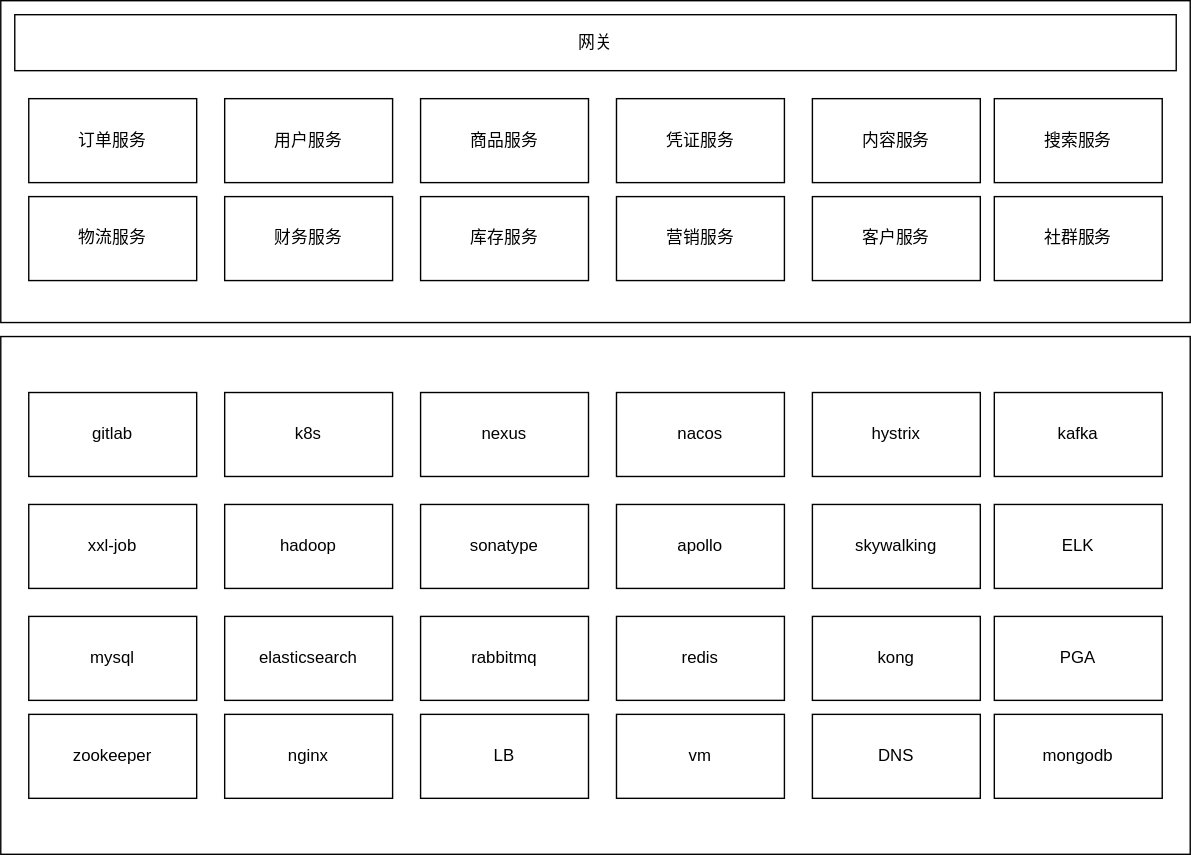
2229499815/draw keeps this draw.io diagram as 微服务架构全景图.drawio.svg. Above is the earlier version. Source tidied: cells renumbered, new cells last; positions are measured from the earlier drawing's top-left corner, leaving out a move shared by most shapes.
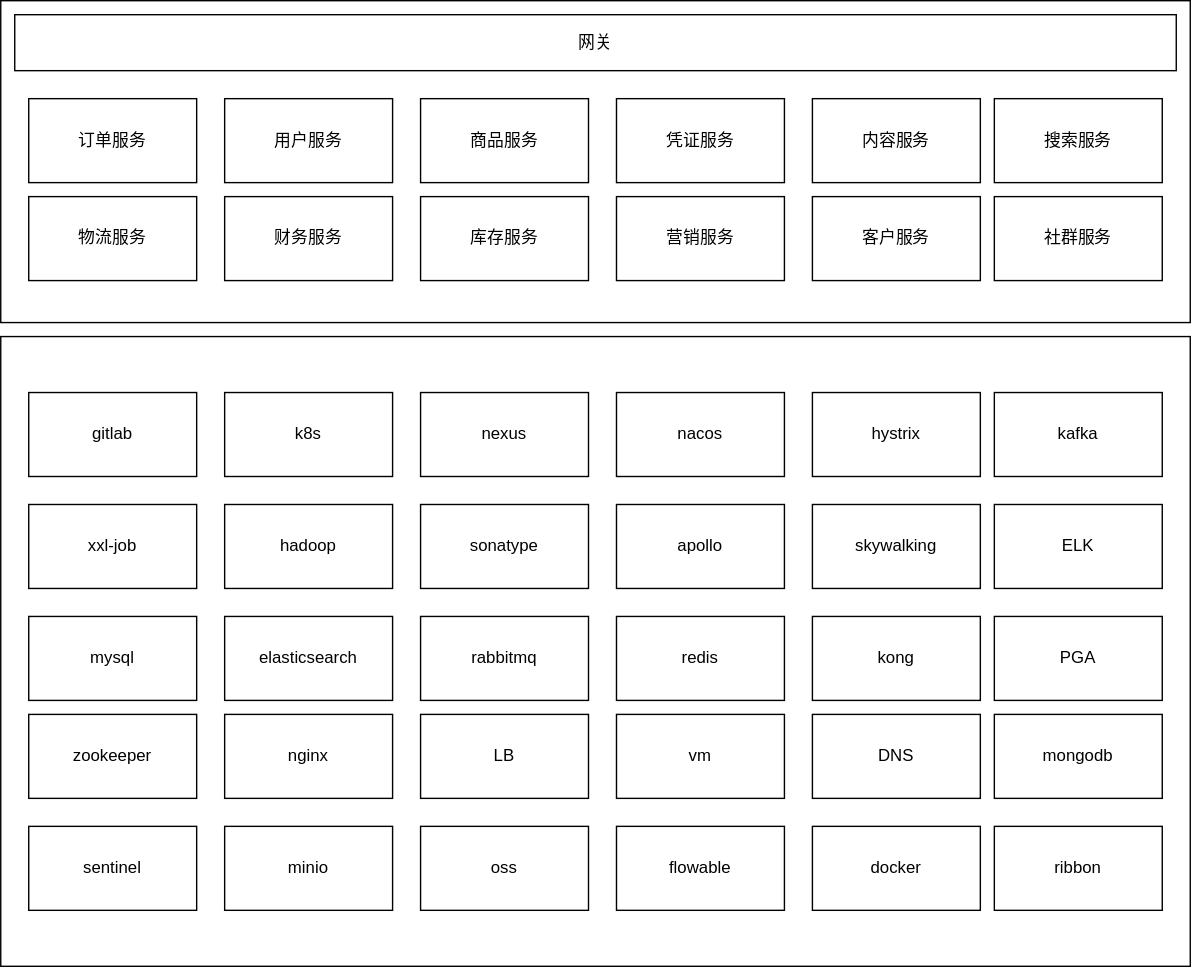
After the commit.

Commit message:
更新微服务架构全景图.drawio.svg

Diff of the diagram source:
```diff
@@ -3,7 +3,7 @@
     <mxCell id="0" />
     <mxCell id="1" parent="0" />
     <mxCell id="2" style="rounded=0;whiteSpace=wrap;html=1;" parent="1" vertex="1">
-      <mxGeometry y="240" width="850" height="370" as="geometry" />
+      <mxGeometry y="240" width="850" height="450" as="geometry" />
     </mxCell>
     <mxCell id="3" style="rounded=0;whiteSpace=wrap;html=1;" parent="1" vertex="1">
       <mxGeometry width="850" height="230" as="geometry" />
@@ -119,5 +119,23 @@
     <mxCell id="40" value="mongodb" style="rounded=0;whiteSpace=wrap;html=1;" parent="1" vertex="1">
       <mxGeometry x="710" y="510" width="120" height="60" as="geometry" />
     </mxCell>
+    <mxCell id="41" value="sentinel" style="rounded=0;whiteSpace=wrap;html=1;" parent="1" vertex="1">
+      <mxGeometry x="20" y="590" width="120" height="60" as="geometry" />
+    </mxCell>
+    <mxCell id="42" value="minio" style="rounded=0;whiteSpace=wrap;html=1;" parent="1" vertex="1">
+      <mxGeometry x="160" y="590" width="120" height="60" as="geometry" />
+    </mxCell>
+    <mxCell id="43" value="oss" style="rounded=0;whiteSpace=wrap;html=1;" parent="1" vertex="1">
+      <mxGeometry x="300" y="590" width="120" height="60" as="geometry" />
+    </mxCell>
+    <mxCell id="44" value="flowable" style="rounded=0;whiteSpace=wrap;html=1;" parent="1" vertex="1">
+      <mxGeometry x="440" y="590" width="120" height="60" as="geometry" />
+    </mxCell>
+    <mxCell id="45" value="docker" style="rounded=0;whiteSpace=wrap;html=1;" parent="1" vertex="1">
+      <mxGeometry x="580" y="590" width="120" height="60" as="geometry" />
+    </mxCell>
+    <mxCell id="46" value="ribbon" style="rounded=0;whiteSpace=wrap;html=1;" parent="1" vertex="1">
+      <mxGeometry x="710" y="590" width="120" height="60" as="geometry" />
+    </mxCell>
   </root>
 </mxGraphModel>
```
